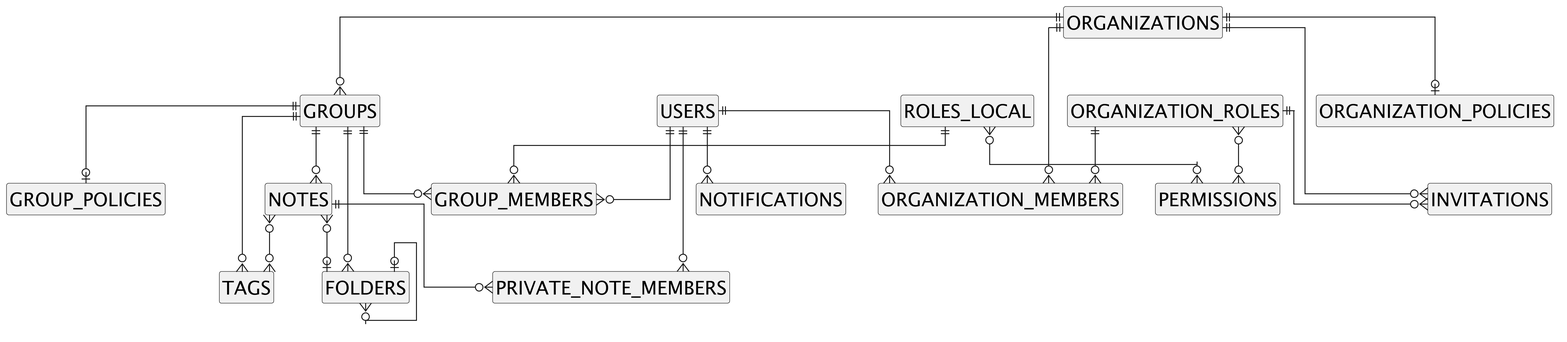
This is docs/diagrams/er-overview.png from yasunobu-nonaka/nextjs-flask-labnoteapp, a PlantUML export, as it was before one commit.
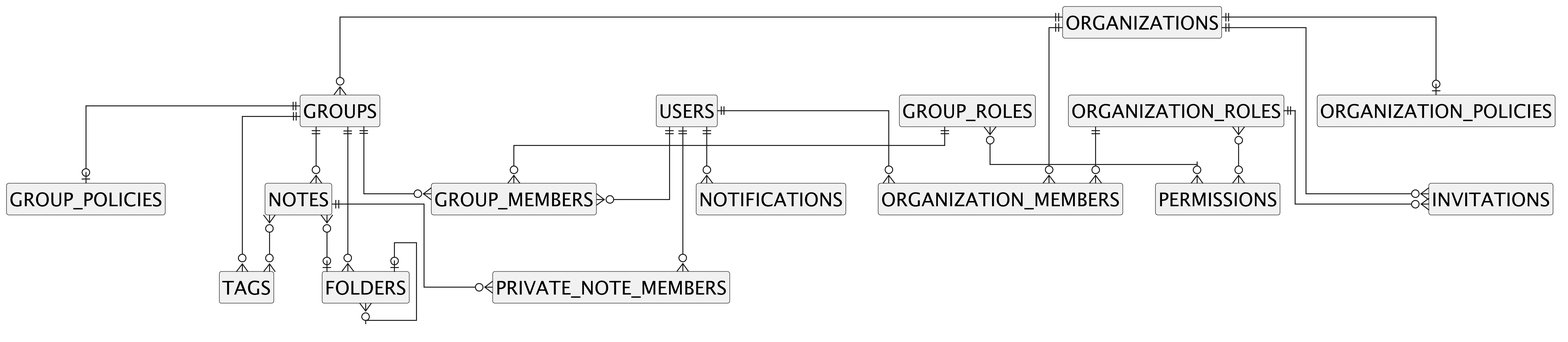
The same file after the commit.

Change to the diagram source:
```diff
@@ -22,7 +22,7 @@
 entity "INVITATIONS" as INVITATIONS
 entity "NOTIFICATIONS" as NOTIFICATIONS
 entity "ORGANIZATION_ROLES" as ORGANIZATION_ROLES
-entity "ROLES_LOCAL" as ROLES_LOCAL
+entity "GROUP_ROLES" as GROUP_ROLES
 entity "PERMISSIONS" as PERMISSIONS
 
 USERS ||--o{ ORGANIZATION_MEMBERS
@@ -45,8 +45,8 @@
 GROUPS ||--o{ FOLDERS
 GROUPS ||--o{ TAGS
 
-ROLES_LOCAL ||--o{ GROUP_MEMBERS
-ROLES_LOCAL }o--o{ PERMISSIONS
+GROUP_ROLES ||--o{ GROUP_MEMBERS
+GROUP_ROLES }o--o{ PERMISSIONS
 
 NOTES ||--o{ PRIVATE_NOTE_MEMBERS
 NOTES }o--o{ TAGS
```
